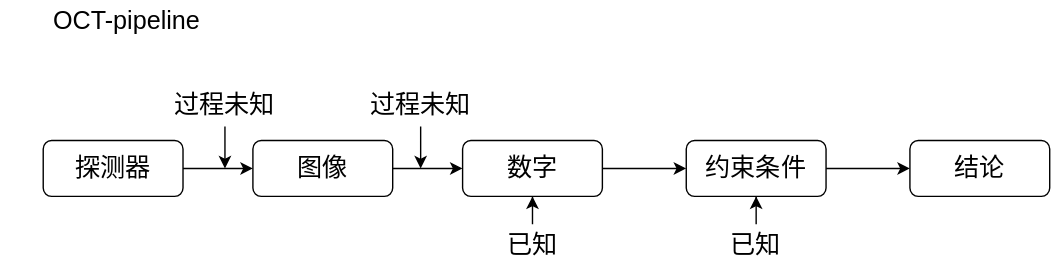
Before: OCT-pipeline.drawio.svg, a diagram exported from draw.io (Linranran/my_images). Source tidied: cells renumbered, new cells last; positions are measured from the earlier drawing's top-left corner, leaving out a move shared by most shapes. Source of this version:
```xml
<mxGraphModel>
  <root>
    <mxCell id="0" />
    <mxCell id="1" parent="0" />
    <mxCell id="2" style="edgeStyle=orthogonalEdgeStyle;rounded=0;jettySize=auto;html=1;fontSize=18;" parent="1" edge="1" source="3" target="5">
      <mxGeometry relative="1" as="geometry" />
    </mxCell>
    <mxCell id="3" value="&lt;font style=&quot;font-size: 18px&quot;&gt;探测器&lt;/font&gt;" style="rounded=1;whiteSpace=wrap;html=1;" parent="1" vertex="1">
      <mxGeometry x="30" y="100" width="100" height="40" as="geometry" />
    </mxCell>
    <mxCell id="4" style="edgeStyle=orthogonalEdgeStyle;rounded=0;jettySize=auto;html=1;fontSize=18;" parent="1" edge="1" source="5" target="7">
      <mxGeometry relative="1" as="geometry" />
    </mxCell>
    <mxCell id="5" value="&lt;font style=&quot;font-size: 18px&quot;&gt;图像&lt;/font&gt;" style="rounded=1;whiteSpace=wrap;html=1;" parent="1" vertex="1">
      <mxGeometry x="180" y="100" width="100" height="40" as="geometry" />
    </mxCell>
    <mxCell id="6" style="edgeStyle=orthogonalEdgeStyle;rounded=0;jettySize=auto;html=1;fontSize=18;" parent="1" edge="1" source="7" target="9">
      <mxGeometry relative="1" as="geometry" />
    </mxCell>
    <mxCell id="7" value="&lt;font style=&quot;font-size: 18px&quot;&gt;数字&lt;/font&gt;" style="rounded=1;whiteSpace=wrap;html=1;" parent="1" vertex="1">
      <mxGeometry x="330" y="100" width="100" height="40" as="geometry" />
    </mxCell>
    <mxCell id="8" style="edgeStyle=orthogonalEdgeStyle;rounded=0;jettySize=auto;html=1;fontSize=18;" parent="1" edge="1" source="9" target="10">
      <mxGeometry relative="1" as="geometry" />
    </mxCell>
    <mxCell id="9" value="&lt;font style=&quot;font-size: 18px&quot;&gt;约束条件&lt;/font&gt;" style="rounded=1;whiteSpace=wrap;html=1;" parent="1" vertex="1">
      <mxGeometry x="490" y="100" width="100" height="40" as="geometry" />
    </mxCell>
    <mxCell id="10" value="&lt;font style=&quot;font-size: 18px&quot;&gt;结论&lt;/font&gt;" style="rounded=1;whiteSpace=wrap;html=1;" parent="1" vertex="1">
      <mxGeometry x="650" y="100" width="100" height="40" as="geometry" />
    </mxCell>
    <mxCell id="11" style="edgeStyle=orthogonalEdgeStyle;rounded=0;jettySize=auto;html=1;fontSize=18;" parent="1" edge="1" source="12">
      <mxGeometry relative="1" as="geometry">
        <mxPoint x="160" y="120" as="targetPoint" />
      </mxGeometry>
    </mxCell>
    <mxCell id="12" value="过程未知" style="text;html=1;strokeColor=none;fillColor=none;align=center;verticalAlign=middle;whiteSpace=wrap;rounded=0;fontSize=18;" parent="1" vertex="1">
      <mxGeometry x="110" y="60" width="100" height="30" as="geometry" />
    </mxCell>
    <mxCell id="13" style="edgeStyle=orthogonalEdgeStyle;rounded=0;jettySize=auto;html=1;fontSize=18;" parent="1" edge="1" source="14">
      <mxGeometry relative="1" as="geometry">
        <mxPoint x="300" y="120" as="targetPoint" />
      </mxGeometry>
    </mxCell>
    <mxCell id="14" value="过程未知" style="text;html=1;strokeColor=none;fillColor=none;align=center;verticalAlign=middle;whiteSpace=wrap;rounded=0;fontSize=18;" parent="1" vertex="1">
      <mxGeometry x="250" y="60" width="100" height="30" as="geometry" />
    </mxCell>
    <mxCell id="15" style="edgeStyle=orthogonalEdgeStyle;rounded=0;jettySize=auto;html=1;entryX=0.5;entryY=1;entryDx=0;entryDy=0;fontSize=18;" parent="1" edge="1" source="16" target="7">
      <mxGeometry relative="1" as="geometry" />
    </mxCell>
    <mxCell id="16" value="已知" style="text;html=1;strokeColor=none;fillColor=none;align=center;verticalAlign=middle;whiteSpace=wrap;rounded=0;fontSize=18;" parent="1" vertex="1">
      <mxGeometry x="330" y="160" width="100" height="30" as="geometry" />
    </mxCell>
    <mxCell id="17" style="edgeStyle=orthogonalEdgeStyle;rounded=0;jettySize=auto;html=1;fontSize=18;" parent="1" edge="1" source="18" target="9">
      <mxGeometry relative="1" as="geometry" />
    </mxCell>
    <mxCell id="18" value="已知" style="text;html=1;strokeColor=none;fillColor=none;align=center;verticalAlign=middle;whiteSpace=wrap;rounded=0;fontSize=18;" parent="1" vertex="1">
      <mxGeometry x="490" y="160" width="100" height="30" as="geometry" />
    </mxCell>
    <mxCell id="19" value="OCT-pipeline" style="text;html=1;strokeColor=none;fillColor=none;align=center;verticalAlign=middle;whiteSpace=wrap;rounded=0;fontSize=18;" parent="1" vertex="1">
      <mxGeometry width="180" height="30" as="geometry" />
    </mxCell>
  </root>
</mxGraphModel>
```
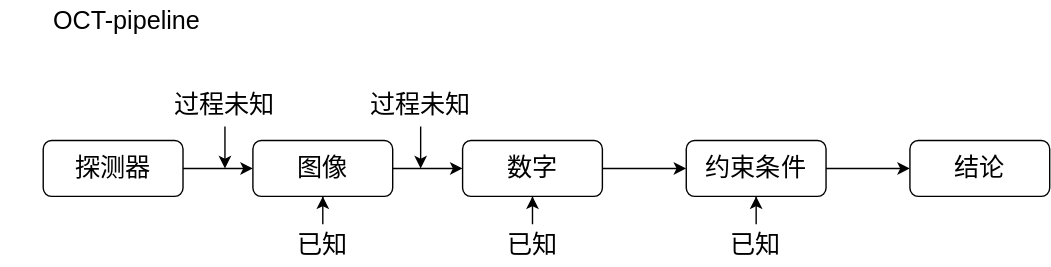
The same file after the commit.

What changed in the source:
```diff
@@ -60,5 +60,11 @@
     <mxCell id="19" value="OCT-pipeline" style="text;html=1;strokeColor=none;fillColor=none;align=center;verticalAlign=middle;whiteSpace=wrap;rounded=0;fontSize=18;" parent="1" vertex="1">
       <mxGeometry width="180" height="30" as="geometry" />
     </mxCell>
+    <mxCell id="20" style="edgeStyle=orthogonalEdgeStyle;rounded=0;jettySize=auto;html=1;entryX=0.5;entryY=1;entryDx=0;entryDy=0;" parent="1" edge="1" source="21" target="5">
+      <mxGeometry relative="1" as="geometry" />
+    </mxCell>
+    <mxCell id="21" value="已知" style="text;html=1;strokeColor=none;fillColor=none;align=center;verticalAlign=middle;whiteSpace=wrap;rounded=0;fontSize=18;" parent="1" vertex="1">
+      <mxGeometry x="180" y="160" width="100" height="30" as="geometry" />
+    </mxCell>
   </root>
 </mxGraphModel>
```
